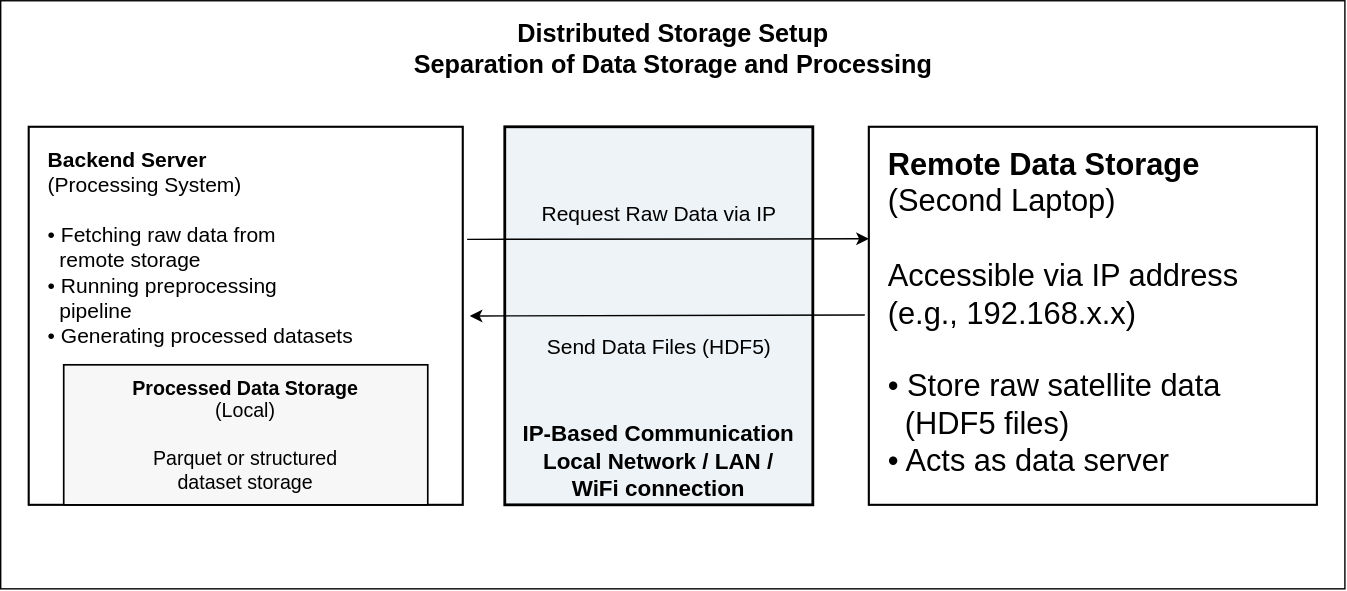
Above: distributed_storage_setup.drawio.svg in IshanG2111/Draw.io (draw.io), before the change. Source tidied: cells renumbered, new cells last; positions are measured from the earlier drawing's top-left corner, leaving out a move shared by most shapes. Its diagram source:
```xml
<mxGraphModel>
  <root>
    <mxCell id="0" />
    <mxCell id="1" parent="0" />
    <mxCell id="2" style="rounded=0;whiteSpace=wrap;html=1;strokeWidth=1;" parent="1" vertex="1">
      <mxGeometry width="960" height="420" as="geometry" />
    </mxCell>
    <mxCell id="3" value="&lt;b&gt;Distributed Storage Setup&lt;/b&gt;&lt;br/&gt;Separation of Data Storage and Processing" style="text;html=1;align=center;verticalAlign=middle;fontSize=18;fontStyle=1;spacing=2;" parent="1" vertex="1">
      <mxGeometry x="250" y="10" width="460" height="50" as="geometry" />
    </mxCell>
    <mxCell id="4" value="&lt;font style=&quot;font-size: 15px;&quot;&gt;&lt;b style=&quot;&quot;&gt;Backend Server&lt;/b&gt;&lt;br&gt;(Processing System)&lt;br&gt;&lt;br&gt;• Fetching raw data from&lt;br&gt;&amp;nbsp;&amp;nbsp;remote storage&lt;br&gt;• Running preprocessing&lt;br&gt;&amp;nbsp;&amp;nbsp;pipeline&lt;br&gt;• Generating processed datasets&lt;/font&gt;" style="rounded=0;whiteSpace=wrap;html=1;align=left;verticalAlign=top;spacingLeft=12;spacingTop=8;strokeWidth=1.5;fontSize=14;" parent="1" vertex="1">
      <mxGeometry x="20" y="90" width="310" height="270" as="geometry" />
    </mxCell>
    <mxCell id="5" value="&lt;b&gt;Processed Data Storage&lt;/b&gt;&lt;br/&gt;(Local)&lt;br/&gt;&lt;br/&gt;Parquet or structured&lt;br/&gt;dataset storage" style="rounded=0;whiteSpace=wrap;html=1;align=center;verticalAlign=middle;spacing=4;strokeWidth=1.2;fontSize=14;fillColor=#f7f7f7;" parent="1" vertex="1">
      <mxGeometry x="45" y="260" width="260" height="100" as="geometry" />
    </mxCell>
    <mxCell id="6" value="&lt;b&gt;IP-Based Communication&lt;/b&gt;&lt;br/&gt;Local Network / LAN /&lt;br/&gt;WiFi connection" style="rounded=0;whiteSpace=wrap;html=1;align=center;verticalAlign=bottom;spacingTop=200;strokeColor=default;fillColor=#eef3f7;gradientColor=none;fontSize=16;fontStyle=1;strokeWidth=2;" parent="1" vertex="1">
      <mxGeometry x="360" y="90" width="220" height="270" as="geometry" />
    </mxCell>
    <mxCell id="7" value="Request Raw Data via IP" style="text;html=1;align=center;verticalAlign=middle;fontSize=15;" parent="1" vertex="1">
      <mxGeometry x="375" y="140" width="190" height="25" as="geometry" />
    </mxCell>
    <mxCell id="8" value="Send Data Files (HDF5)" style="text;html=1;align=center;verticalAlign=middle;fontSize=15;" parent="1" vertex="1">
      <mxGeometry x="375" y="235" width="190" height="25" as="geometry" />
    </mxCell>
    <mxCell id="9" value="&lt;font style=&quot;font-size: 22px;&quot;&gt;&lt;b style=&quot;&quot;&gt;Remote Data Storage&lt;/b&gt;&lt;br&gt;(Second Laptop)&lt;br&gt;&lt;br&gt;Accessible via IP address&lt;br&gt;(e.g., 192.168.x.x)&lt;br&gt;&lt;br&gt;• Store raw satellite data&lt;br&gt;&amp;nbsp;&amp;nbsp;(HDF5 files)&lt;br&gt;• Acts as data server&lt;/font&gt;" style="rounded=0;whiteSpace=wrap;html=1;align=left;verticalAlign=top;spacingLeft=12;spacingTop=8;strokeWidth=1.5;fontSize=14;" parent="1" vertex="1">
      <mxGeometry x="620" y="90" width="320" height="270" as="geometry" />
    </mxCell>
    <mxCell id="10" style="endArrow=classic;html=1;rounded=0;entryX=0.005;entryY=0.406;entryDx=0;entryDy=0;entryPerimeter=0;exitX=0.999;exitY=0.393;exitDx=0;exitDy=0;exitPerimeter=0;" parent="1" edge="1">
      <mxGeometry relative="1" as="geometry">
        <mxPoint x="333.1" y="170.4" as="sourcePoint" />
        <mxPoint x="620" y="170" as="targetPoint" />
      </mxGeometry>
    </mxCell>
    <mxCell id="11" style="endArrow=classic;html=1;rounded=0;exitX=-0.005;exitY=0.553;exitDx=0;exitDy=0;exitPerimeter=0;" parent="1" edge="1">
      <mxGeometry relative="1" as="geometry">
        <mxPoint x="617.1" y="224.4" as="sourcePoint" />
        <mxPoint x="335" y="225.1" as="targetPoint" />
      </mxGeometry>
    </mxCell>
  </root>
</mxGraphModel>
```
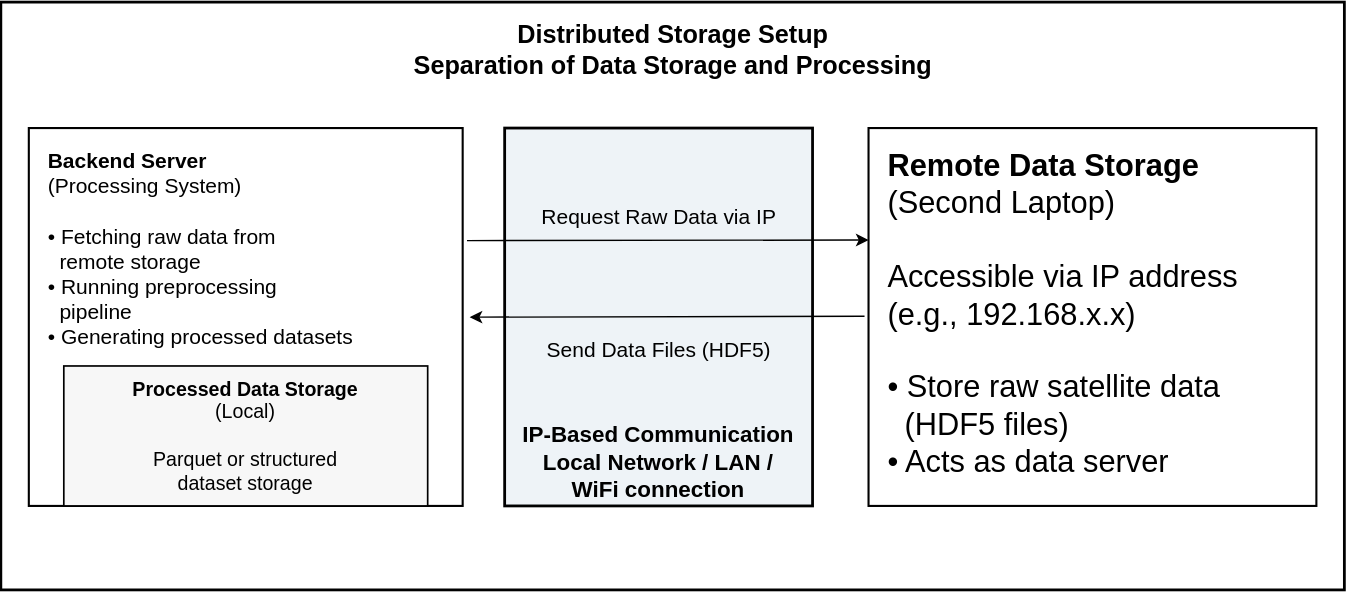
The same diagram one commit later.

What changed in the source:
```diff
@@ -2,7 +2,7 @@
   <root>
     <mxCell id="0" />
     <mxCell id="1" parent="0" />
-    <mxCell id="2" style="rounded=0;whiteSpace=wrap;html=1;strokeWidth=1;" parent="1" vertex="1">
+    <mxCell id="2" style="rounded=0;whiteSpace=wrap;html=1;strokeWidth=2;" parent="1" vertex="1">
       <mxGeometry width="960" height="420" as="geometry" />
     </mxCell>
     <mxCell id="3" value="&lt;b&gt;Distributed Storage Setup&lt;/b&gt;&lt;br/&gt;Separation of Data Storage and Processing" style="text;html=1;align=center;verticalAlign=middle;fontSize=18;fontStyle=1;spacing=2;" parent="1" vertex="1">
```
